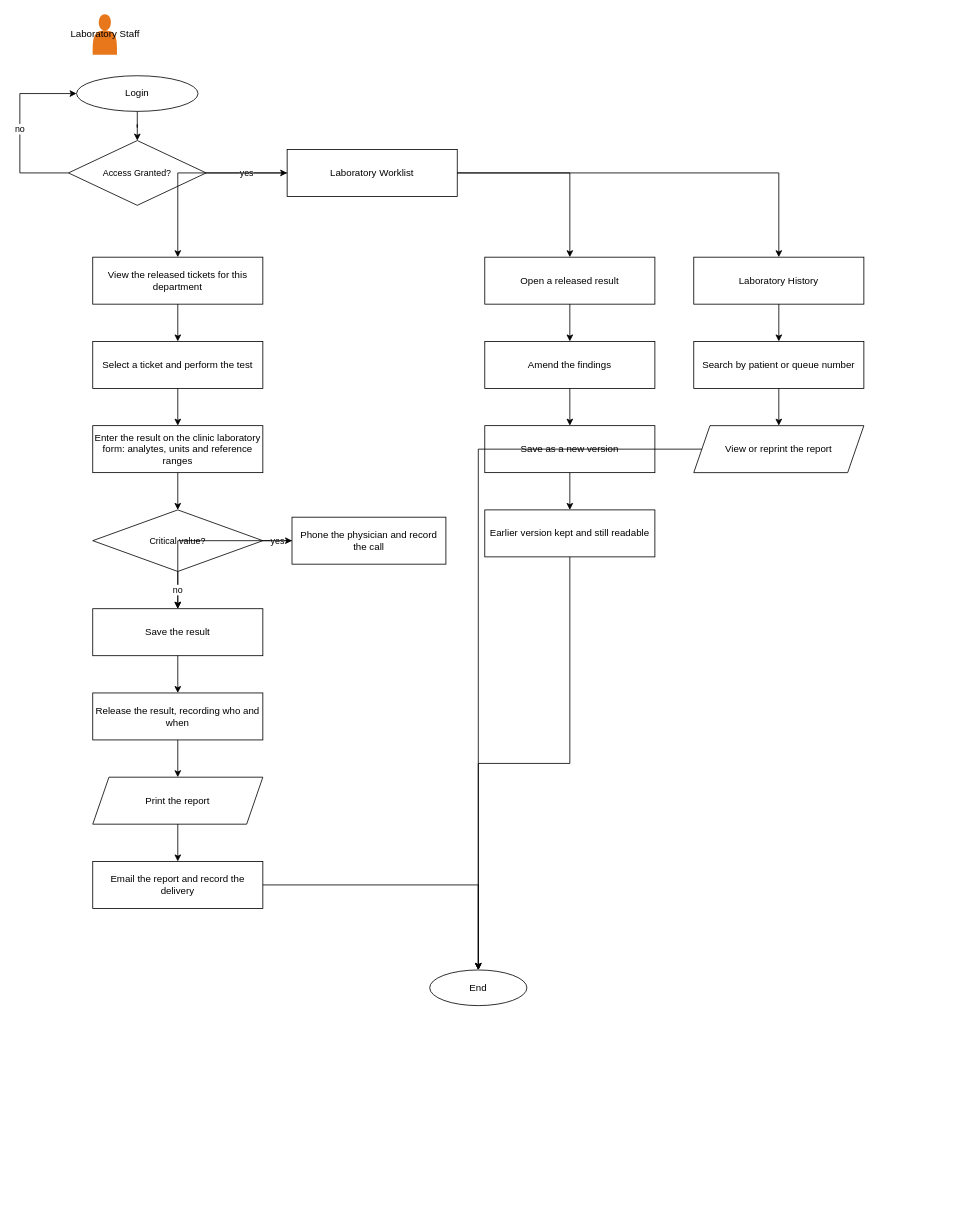
This is page "Laboratory" (5 of 8) of docs/diagrams/flowcharts.drawio from steven23lz/Enlogada-Clinic-Management-System, a draw.io file, before an edit. Source tidied: cells renumbered, new cells numbered last; positions are measured from the earlier drawing's top-left corner, leaving out a move shared by most shapes. Both pictures are drawn from the tidied source at 81%, with x=0, y=0 at pixel (19, 14).
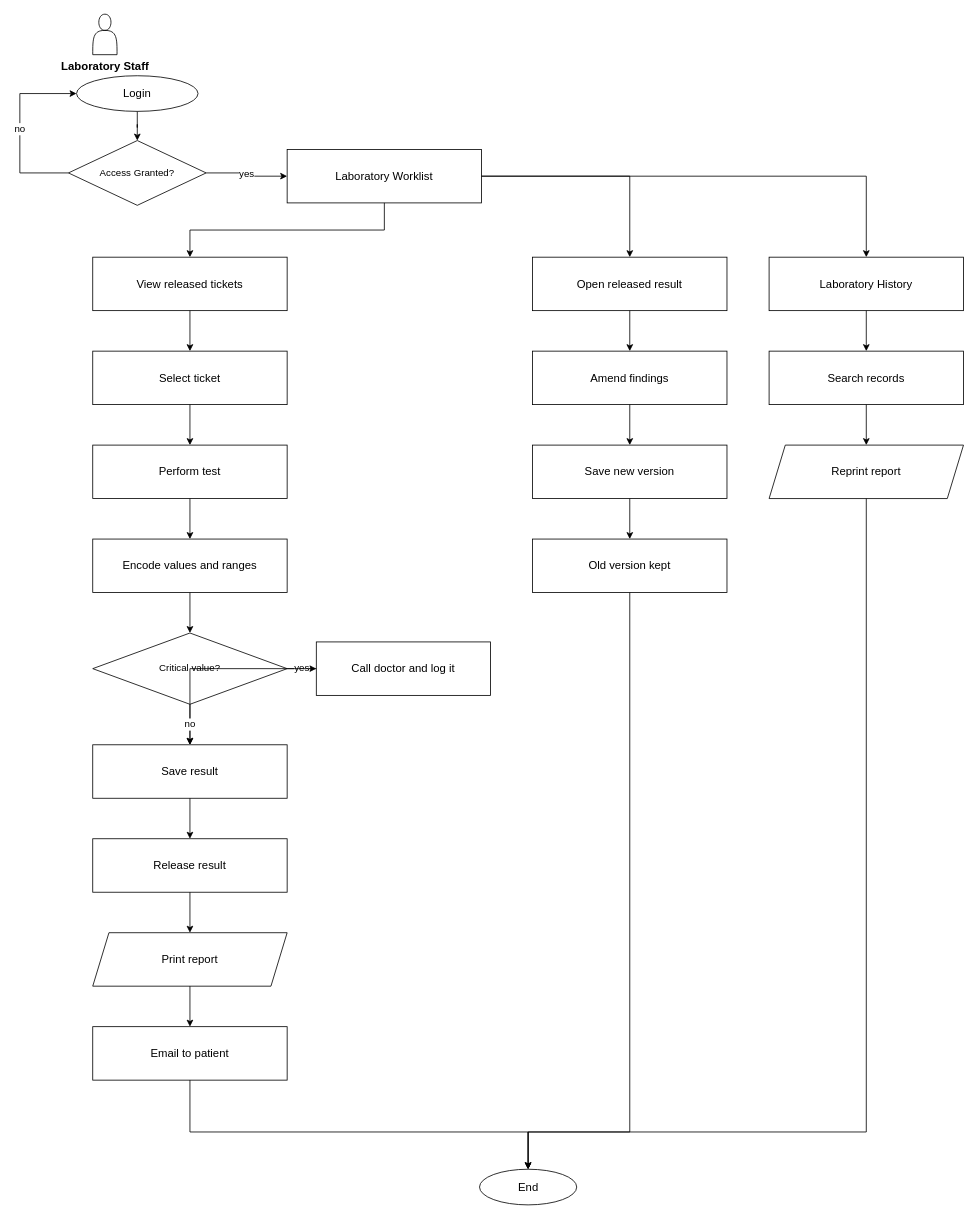
Above is the later version.

The edit, as a diff of the source:
```diff
@@
-    <mxCell id="2" value="Laboratory Staff" style="shape=actor;fillColor=#E8761A;strokeColor=none;html=1;" parent="1" vertex="1">
+    <mxCell id="2" value="Laboratory Staff" style="shape=actor;fillColor=none;strokeColor=#000000;html=1;verticalLabelPosition=bottom;verticalAlign=top;fontFamily=Helvetica;fontSize=14;fontColor=#000000;fontStyle=1;" parent="1" vertex="1">
       <mxGeometry x="90" width="30" height="50" as="geometry" />
     </mxCell>
-    <mxCell id="3" value="Login" style="ellipse;whiteSpace=wrap;html=1;fontFamily=Helvetica;fontSize=12;" parent="1" vertex="1">
+    <mxCell id="3" value="Login" style="ellipse;whiteSpace=wrap;html=1;fontFamily=Helvetica;fontSize=14;fontColor=#000000;strokeColor=#000000;" parent="1" vertex="1">
       <mxGeometry x="70" y="76" width="150" height="44" as="geometry" />
     </mxCell>
-    <mxCell id="4" value="Access Granted?" style="rhombus;whiteSpace=wrap;html=1;fontFamily=Helvetica;fontSize=11;" parent="1" vertex="1">
+    <mxCell id="4" value="Access Granted?" style="rhombus;whiteSpace=wrap;html=1;fontFamily=Helvetica;fontSize=12;fontColor=#000000;strokeColor=#000000;" parent="1" vertex="1">
       <mxGeometry x="60" y="156" width="170" height="80" as="geometry" />
     </mxCell>
-    <mxCell id="5" value="Laboratory Worklist" style="rounded=0;whiteSpace=wrap;html=1;fontFamily=Helvetica;fontSize=12;" parent="1" vertex="1">
-      <mxGeometry x="330" y="167" width="210" height="58" as="geometry" />
+    <mxCell id="5" value="Laboratory Worklist" style="rounded=0;whiteSpace=wrap;html=1;fontFamily=Helvetica;fontSize=14;fontColor=#000000;strokeColor=#000000;" parent="1" vertex="1">
+      <mxGeometry x="330" y="167" width="240" height="66" as="geometry" />
     </mxCell>
-    <mxCell id="6" style="edgeStyle=orthogonalEdgeStyle;rounded=0;html=1;jettySize=auto;fontFamily=Helvetica;fontSize=11;" parent="1" edge="1" source="3" target="4">
+    <mxCell id="6" style="edgeStyle=orthogonalEdgeStyle;rounded=0;html=1;jettySize=auto;fontFamily=Helvetica;fontSize=12;fontColor=#000000;strokeColor=#000000;" parent="1" edge="1" source="3" target="4">
       <mxGeometry relative="1" as="geometry" />
     </mxCell>
-    <mxCell id="7" value="yes" style="edgeStyle=orthogonalEdgeStyle;rounded=0;html=1;jettySize=auto;fontFamily=Helvetica;fontSize=11;" parent="1" edge="1" source="4" target="5">
+    <mxCell id="7" value="yes" style="edgeStyle=orthogonalEdgeStyle;rounded=0;html=1;jettySize=auto;fontFamily=Helvetica;fontSize=12;fontColor=#000000;strokeColor=#000000;" parent="1" edge="1" source="4" target="5">
       <mxGeometry relative="1" as="geometry" />
     </mxCell>
-    <mxCell id="8" value="no" style="edgeStyle=orthogonalEdgeStyle;rounded=0;html=1;jettySize=auto;fontFamily=Helvetica;fontSize=11;" parent="1" edge="1" source="4" target="3">
+    <mxCell id="8" value="no" style="edgeStyle=orthogonalEdgeStyle;rounded=0;html=1;jettySize=auto;fontFamily=Helvetica;fontSize=12;fontColor=#000000;strokeColor=#000000;" parent="1" edge="1" source="4" target="3">
       <mxGeometry relative="1" as="geometry">
         <Array as="points">
           <mxPoint y="196" />
           <mxPoint y="98" />
         </Array>
       </mxGeometry>
     </mxCell>
-    <mxCell id="9" value="View the released tickets for this department" style="rounded=0;whiteSpace=wrap;html=1;fontFamily=Helvetica;fontSize=12;" parent="1" vertex="1">
-      <mxGeometry x="90" y="300" width="210" height="58" as="geometry" />
+    <mxCell id="9" value="View released tickets" style="rounded=0;whiteSpace=wrap;html=1;fontFamily=Helvetica;fontSize=14;fontColor=#000000;strokeColor=#000000;" parent="1" vertex="1">
+      <mxGeometry x="90" y="300" width="240" height="66" as="geometry" />
     </mxCell>
-    <mxCell id="10" value="Select a ticket and perform the test" style="rounded=0;whiteSpace=wrap;html=1;fontFamily=Helvetica;fontSize=12;" parent="1" vertex="1">
-      <mxGeometry x="90" y="404" width="210" height="58" as="geometry" />
+    <mxCell id="10" value="Select ticket" style="rounded=0;whiteSpace=wrap;html=1;fontFamily=Helvetica;fontSize=14;fontColor=#000000;strokeColor=#000000;" parent="1" vertex="1">
+      <mxGeometry x="90" y="416" width="240" height="66" as="geometry" />
     </mxCell>
-    <mxCell id="11" value="Enter the result on the clinic laboratory form: analytes, units and reference ranges" style="rounded=0;whiteSpace=wrap;html=1;fontFamily=Helvetica;fontSize=12;" parent="1" vertex="1">
-      <mxGeometry x="90" y="508" width="210" height="58" as="geometry" />
+    <mxCell id="11" value="Perform test" style="rounded=0;whiteSpace=wrap;html=1;fontFamily=Helvetica;fontSize=14;fontColor=#000000;strokeColor=#000000;" parent="1" vertex="1">
+      <mxGeometry x="90" y="532" width="240" height="66" as="geometry" />
     </mxCell>
-    <mxCell id="12" value="Critical value?" style="rhombus;whiteSpace=wrap;html=1;fontFamily=Helvetica;fontSize=11;" parent="1" vertex="1">
-      <mxGeometry x="90" y="612" width="210" height="76" as="geometry" />
+    <mxCell id="12" value="Encode values and ranges" style="rounded=0;whiteSpace=wrap;html=1;fontFamily=Helvetica;fontSize=14;fontColor=#000000;strokeColor=#000000;" parent="1" vertex="1">
+      <mxGeometry x="90" y="648" width="240" height="66" as="geometry" />
     </mxCell>
-    <mxCell id="13" value="Save the result" style="rounded=0;whiteSpace=wrap;html=1;fontFamily=Helvetica;fontSize=12;" parent="1" vertex="1">
-      <mxGeometry x="90" y="734" width="210" height="58" as="geometry" />
+    <mxCell id="13" value="Critical value?" style="rhombus;whiteSpace=wrap;html=1;fontFamily=Helvetica;fontSize=12;fontColor=#000000;strokeColor=#000000;" parent="1" vertex="1">
+      <mxGeometry x="90" y="764" width="240" height="88" as="geometry" />
     </mxCell>
-    <mxCell id="14" value="Release the result, recording who and when" style="rounded=0;whiteSpace=wrap;html=1;fontFamily=Helvetica;fontSize=12;" parent="1" vertex="1">
-      <mxGeometry x="90" y="838" width="210" height="58" as="geometry" />
+    <mxCell id="14" value="Save result" style="rounded=0;whiteSpace=wrap;html=1;fontFamily=Helvetica;fontSize=14;fontColor=#000000;strokeColor=#000000;" parent="1" vertex="1">
+      <mxGeometry x="90" y="902" width="240" height="66" as="geometry" />
     </mxCell>
-    <mxCell id="15" value="Print the report" style="shape=parallelogram;perimeter=parallelogramPerimeter;whiteSpace=wrap;html=1;fixedSize=1;fontFamily=Helvetica;fontSize=12;" parent="1" vertex="1">
-      <mxGeometry x="90" y="942" width="210" height="58" as="geometry" />
+    <mxCell id="15" value="Release result" style="rounded=0;whiteSpace=wrap;html=1;fontFamily=Helvetica;fontSize=14;fontColor=#000000;strokeColor=#000000;" parent="1" vertex="1">
+      <mxGeometry x="90" y="1018" width="240" height="66" as="geometry" />
     </mxCell>
-    <mxCell id="16" value="Email the report and record the delivery" style="rounded=0;whiteSpace=wrap;html=1;fontFamily=Helvetica;fontSize=12;" parent="1" vertex="1">
-      <mxGeometry x="90" y="1046" width="210" height="58" as="geometry" />
+    <mxCell id="16" value="Print report" style="shape=parallelogram;perimeter=parallelogramPerimeter;whiteSpace=wrap;html=1;fixedSize=1;fontFamily=Helvetica;fontSize=14;fontColor=#000000;strokeColor=#000000;" parent="1" vertex="1">
+      <mxGeometry x="90" y="1134" width="240" height="66" as="geometry" />
     </mxCell>
-    <mxCell id="17" style="edgeStyle=orthogonalEdgeStyle;rounded=0;html=1;jettySize=auto;fontFamily=Helvetica;fontSize=11;" parent="1" edge="1" source="5" target="9">
-      <mxGeometry relative="1" as="geometry" />
-    </mxCell>
+    <mxCell id="46" value="Email to patient" style="rounded=0;whiteSpace=wrap;html=1;fontFamily=Helvetica;fontSize=14;fontColor=#000000;strokeColor=#000000;" parent="1" vertex="1">
+      <mxGeometry x="90" y="1250" width="240" height="66" as="geometry" />
+    </mxCell>
-    <mxCell id="18" style="edgeStyle=orthogonalEdgeStyle;rounded=0;html=1;jettySize=auto;fontFamily=Helvetica;fontSize=11;" parent="1" edge="1" source="9" target="10">
+    <mxCell id="18" style="edgeStyle=orthogonalEdgeStyle;rounded=0;html=1;jettySize=auto;fontFamily=Helvetica;fontSize=12;fontColor=#000000;strokeColor=#000000;" parent="1" edge="1" source="5" target="9">
       <mxGeometry relative="1" as="geometry" />
     </mxCell>
-    <mxCell id="19" style="edgeStyle=orthogonalEdgeStyle;rounded=0;html=1;jettySize=auto;fontFamily=Helvetica;fontSize=11;" parent="1" edge="1" source="10" target="11">
+    <mxCell id="19" style="edgeStyle=orthogonalEdgeStyle;rounded=0;html=1;jettySize=auto;fontFamily=Helvetica;fontSize=12;fontColor=#000000;strokeColor=#000000;" parent="1" edge="1" source="9" target="10">
       <mxGeometry relative="1" as="geometry" />
     </mxCell>
-    <mxCell id="20" style="edgeStyle=orthogonalEdgeStyle;rounded=0;html=1;jettySize=auto;fontFamily=Helvetica;fontSize=11;" parent="1" edge="1" source="11" target="12">
+    <mxCell id="20" style="edgeStyle=orthogonalEdgeStyle;rounded=0;html=1;jettySize=auto;fontFamily=Helvetica;fontSize=12;fontColor=#000000;strokeColor=#000000;" parent="1" edge="1" source="10" target="11">
       <mxGeometry relative="1" as="geometry" />
     </mxCell>
-    <mxCell id="21" value="Phone the physician and record the call" style="rounded=0;whiteSpace=wrap;html=1;fontFamily=Helvetica;fontSize=12;" parent="1" vertex="1">
-      <mxGeometry x="336" y="621" width="190" height="58" as="geometry" />
-    </mxCell>
+    <mxCell id="47" style="edgeStyle=orthogonalEdgeStyle;rounded=0;html=1;jettySize=auto;fontFamily=Helvetica;fontSize=12;fontColor=#000000;strokeColor=#000000;" parent="1" edge="1" source="11" target="12">
+      <mxGeometry relative="1" as="geometry" />
+    </mxCell>
-    <mxCell id="22" value="yes" style="edgeStyle=orthogonalEdgeStyle;rounded=0;html=1;jettySize=auto;fontFamily=Helvetica;fontSize=11;" parent="1" edge="1" source="12" target="21">
+    <mxCell id="22" style="edgeStyle=orthogonalEdgeStyle;rounded=0;html=1;jettySize=auto;fontFamily=Helvetica;fontSize=12;fontColor=#000000;strokeColor=#000000;" parent="1" edge="1" source="12" target="13">
       <mxGeometry relative="1" as="geometry" />
     </mxCell>
-    <mxCell id="23" style="edgeStyle=orthogonalEdgeStyle;rounded=0;html=1;jettySize=auto;fontFamily=Helvetica;fontSize=11;" parent="1" edge="1" source="21" target="13">
-      <mxGeometry relative="1" as="geometry" />
-    </mxCell>
+    <mxCell id="48" value="Call doctor and log it" style="rounded=0;whiteSpace=wrap;html=1;fontFamily=Helvetica;fontSize=14;fontColor=#000000;strokeColor=#000000;" parent="1" vertex="1">
+      <mxGeometry x="366" y="775" width="215" height="66" as="geometry" />
+    </mxCell>
-    <mxCell id="24" value="no" style="edgeStyle=orthogonalEdgeStyle;rounded=0;html=1;jettySize=auto;fontFamily=Helvetica;fontSize=11;" parent="1" edge="1" source="12" target="13">
+    <mxCell id="24" value="yes" style="edgeStyle=orthogonalEdgeStyle;rounded=0;html=1;jettySize=auto;fontFamily=Helvetica;fontSize=12;fontColor=#000000;strokeColor=#000000;" parent="1" edge="1" source="13" target="48">
       <mxGeometry relative="1" as="geometry" />
     </mxCell>
-    <mxCell id="25" style="edgeStyle=orthogonalEdgeStyle;rounded=0;html=1;jettySize=auto;fontFamily=Helvetica;fontSize=11;" parent="1" edge="1" source="13" target="14">
+    <mxCell id="25" style="edgeStyle=orthogonalEdgeStyle;rounded=0;html=1;jettySize=auto;fontFamily=Helvetica;fontSize=12;fontColor=#000000;strokeColor=#000000;" parent="1" edge="1" source="48" target="14">
       <mxGeometry relative="1" as="geometry" />
     </mxCell>
-    <mxCell id="26" style="edgeStyle=orthogonalEdgeStyle;rounded=0;html=1;jettySize=auto;fontFamily=Helvetica;fontSize=11;" parent="1" edge="1" source="14" target="15">
+    <mxCell id="26" value="no" style="edgeStyle=orthogonalEdgeStyle;rounded=0;html=1;jettySize=auto;fontFamily=Helvetica;fontSize=12;fontColor=#000000;strokeColor=#000000;" parent="1" edge="1" source="13" target="14">
       <mxGeometry relative="1" as="geometry" />
     </mxCell>
-    <mxCell id="27" style="edgeStyle=orthogonalEdgeStyle;rounded=0;html=1;jettySize=auto;fontFamily=Helvetica;fontSize=11;" parent="1" edge="1" source="15" target="16">
+    <mxCell id="27" style="edgeStyle=orthogonalEdgeStyle;rounded=0;html=1;jettySize=auto;fontFamily=Helvetica;fontSize=12;fontColor=#000000;strokeColor=#000000;" parent="1" edge="1" source="14" target="15">
       <mxGeometry relative="1" as="geometry" />
     </mxCell>
-    <mxCell id="28" value="Open a released result" style="rounded=0;whiteSpace=wrap;html=1;fontFamily=Helvetica;fontSize=12;" parent="1" vertex="1">
-      <mxGeometry x="574" y="300" width="210" height="58" as="geometry" />
-    </mxCell>
-    <mxCell id="29" value="Amend the findings" style="rounded=0;whiteSpace=wrap;html=1;fontFamily=Helvetica;fontSize=12;" parent="1" vertex="1">
-      <mxGeometry x="574" y="404" width="210" height="58" as="geometry" />
-    </mxCell>
+    <mxCell id="49" style="edgeStyle=orthogonalEdgeStyle;rounded=0;html=1;jettySize=auto;fontFamily=Helvetica;fontSize=12;fontColor=#000000;strokeColor=#000000;" parent="1" edge="1" source="15" target="16">
+      <mxGeometry relative="1" as="geometry" />
+    </mxCell>
+    <mxCell id="50" style="edgeStyle=orthogonalEdgeStyle;rounded=0;html=1;jettySize=auto;fontFamily=Helvetica;fontSize=12;fontColor=#000000;strokeColor=#000000;" parent="1" edge="1" source="16" target="46">
+      <mxGeometry relative="1" as="geometry" />
+    </mxCell>
-    <mxCell id="30" value="Save as a new version" style="rounded=0;whiteSpace=wrap;html=1;fontFamily=Helvetica;fontSize=12;" parent="1" vertex="1">
-      <mxGeometry x="574" y="508" width="210" height="58" as="geometry" />
+    <mxCell id="30" value="Open released result" style="rounded=0;whiteSpace=wrap;html=1;fontFamily=Helvetica;fontSize=14;fontColor=#000000;strokeColor=#000000;" parent="1" vertex="1">
+      <mxGeometry x="633" y="300" width="240" height="66" as="geometry" />
     </mxCell>
-    <mxCell id="31" value="Earlier version kept and still readable" style="rounded=0;whiteSpace=wrap;html=1;fontFamily=Helvetica;fontSize=12;" parent="1" vertex="1">
-      <mxGeometry x="574" y="612" width="210" height="58" as="geometry" />
+    <mxCell id="31" value="Amend findings" style="rounded=0;whiteSpace=wrap;html=1;fontFamily=Helvetica;fontSize=14;fontColor=#000000;strokeColor=#000000;" parent="1" vertex="1">
+      <mxGeometry x="633" y="416" width="240" height="66" as="geometry" />
     </mxCell>
-    <mxCell id="32" style="edgeStyle=orthogonalEdgeStyle;rounded=0;html=1;jettySize=auto;fontFamily=Helvetica;fontSize=11;" parent="1" edge="1" source="5" target="28">
-      <mxGeometry relative="1" as="geometry" />
-    </mxCell>
-    <mxCell id="33" style="edgeStyle=orthogonalEdgeStyle;rounded=0;html=1;jettySize=auto;fontFamily=Helvetica;fontSize=11;" parent="1" edge="1" source="28" target="29">
-      <mxGeometry relative="1" as="geometry" />
-    </mxCell>
+    <mxCell id="51" value="Save new version" style="rounded=0;whiteSpace=wrap;html=1;fontFamily=Helvetica;fontSize=14;fontColor=#000000;strokeColor=#000000;" parent="1" vertex="1">
+      <mxGeometry x="633" y="532" width="240" height="66" as="geometry" />
+    </mxCell>
+    <mxCell id="52" value="Old version kept" style="rounded=0;whiteSpace=wrap;html=1;fontFamily=Helvetica;fontSize=14;fontColor=#000000;strokeColor=#000000;" parent="1" vertex="1">
+      <mxGeometry x="633" y="648" width="240" height="66" as="geometry" />
+    </mxCell>
-    <mxCell id="34" style="edgeStyle=orthogonalEdgeStyle;rounded=0;html=1;jettySize=auto;fontFamily=Helvetica;fontSize=11;" parent="1" edge="1" source="29" target="30">
+    <mxCell id="34" style="edgeStyle=orthogonalEdgeStyle;rounded=0;html=1;jettySize=auto;fontFamily=Helvetica;fontSize=12;fontColor=#000000;strokeColor=#000000;" parent="1" edge="1" source="5" target="30">
       <mxGeometry relative="1" as="geometry" />
     </mxCell>
-    <mxCell id="35" style="edgeStyle=orthogonalEdgeStyle;rounded=0;html=1;jettySize=auto;fontFamily=Helvetica;fontSize=11;" parent="1" edge="1" source="30" target="31">
+    <mxCell id="35" style="edgeStyle=orthogonalEdgeStyle;rounded=0;html=1;jettySize=auto;fontFamily=Helvetica;fontSize=12;fontColor=#000000;strokeColor=#000000;" parent="1" edge="1" source="30" target="31">
       <mxGeometry relative="1" as="geometry" />
     </mxCell>
-    <mxCell id="36" value="Laboratory History" style="rounded=0;whiteSpace=wrap;html=1;fontFamily=Helvetica;fontSize=12;" parent="1" vertex="1">
-      <mxGeometry x="832" y="300" width="210" height="58" as="geometry" />
-    </mxCell>
-    <mxCell id="37" value="Search by patient or queue number" style="rounded=0;whiteSpace=wrap;html=1;fontFamily=Helvetica;fontSize=12;" parent="1" vertex="1">
-      <mxGeometry x="832" y="404" width="210" height="58" as="geometry" />
-    </mxCell>
+    <mxCell id="53" style="edgeStyle=orthogonalEdgeStyle;rounded=0;html=1;jettySize=auto;fontFamily=Helvetica;fontSize=12;fontColor=#000000;strokeColor=#000000;" parent="1" edge="1" source="31" target="51">
+      <mxGeometry relative="1" as="geometry" />
+    </mxCell>
+    <mxCell id="54" style="edgeStyle=orthogonalEdgeStyle;rounded=0;html=1;jettySize=auto;fontFamily=Helvetica;fontSize=12;fontColor=#000000;strokeColor=#000000;" parent="1" edge="1" source="51" target="52">
+      <mxGeometry relative="1" as="geometry" />
+    </mxCell>
-    <mxCell id="38" value="View or reprint the report" style="shape=parallelogram;perimeter=parallelogramPerimeter;whiteSpace=wrap;html=1;fixedSize=1;fontFamily=Helvetica;fontSize=12;" parent="1" vertex="1">
-      <mxGeometry x="832" y="508" width="210" height="58" as="geometry" />
+    <mxCell id="38" value="Laboratory History" style="rounded=0;whiteSpace=wrap;html=1;fontFamily=Helvetica;fontSize=14;fontColor=#000000;strokeColor=#000000;" parent="1" vertex="1">
+      <mxGeometry x="925" y="300" width="240" height="66" as="geometry" />
     </mxCell>
-    <mxCell id="39" style="edgeStyle=orthogonalEdgeStyle;rounded=0;html=1;jettySize=auto;fontFamily=Helvetica;fontSize=11;" parent="1" edge="1" source="5" target="36">
-      <mxGeometry relative="1" as="geometry" />
-    </mxCell>
-    <mxCell id="40" style="edgeStyle=orthogonalEdgeStyle;rounded=0;html=1;jettySize=auto;fontFamily=Helvetica;fontSize=11;" parent="1" edge="1" source="36" target="37">
-      <mxGeometry relative="1" as="geometry" />
-    </mxCell>
+    <mxCell id="55" value="Search records" style="rounded=0;whiteSpace=wrap;html=1;fontFamily=Helvetica;fontSize=14;fontColor=#000000;strokeColor=#000000;" parent="1" vertex="1">
+      <mxGeometry x="925" y="416" width="240" height="66" as="geometry" />
+    </mxCell>
+    <mxCell id="56" value="Reprint report" style="shape=parallelogram;perimeter=parallelogramPerimeter;whiteSpace=wrap;html=1;fixedSize=1;fontFamily=Helvetica;fontSize=14;fontColor=#000000;strokeColor=#000000;" parent="1" vertex="1">
+      <mxGeometry x="925" y="532" width="240" height="66" as="geometry" />
+    </mxCell>
-    <mxCell id="41" style="edgeStyle=orthogonalEdgeStyle;rounded=0;html=1;jettySize=auto;fontFamily=Helvetica;fontSize=11;" parent="1" edge="1" source="37" target="38">
+    <mxCell id="41" style="edgeStyle=orthogonalEdgeStyle;rounded=0;html=1;jettySize=auto;fontFamily=Helvetica;fontSize=12;fontColor=#000000;strokeColor=#000000;" parent="1" edge="1" source="5" target="38">
       <mxGeometry relative="1" as="geometry" />
     </mxCell>
+    <mxCell id="57" style="edgeStyle=orthogonalEdgeStyle;rounded=0;html=1;jettySize=auto;fontFamily=Helvetica;fontSize=12;fontColor=#000000;strokeColor=#000000;" parent="1" edge="1" source="38" target="55">
+      <mxGeometry relative="1" as="geometry" />
+    </mxCell>
+    <mxCell id="43" style="edgeStyle=orthogonalEdgeStyle;rounded=0;html=1;jettySize=auto;fontFamily=Helvetica;fontSize=12;fontColor=#000000;strokeColor=#000000;" parent="1" edge="1" source="55" target="56">
+      <mxGeometry relative="1" as="geometry" />
+    </mxCell>
-    <mxCell id="42" value="End" style="ellipse;whiteSpace=wrap;html=1;fontFamily=Helvetica;fontSize=12;" parent="1" vertex="1">
-      <mxGeometry x="506" y="1180" width="120" height="44" as="geometry" />
+    <mxCell id="42" value="End" style="ellipse;whiteSpace=wrap;html=1;fontFamily=Helvetica;fontSize=14;fontColor=#000000;strokeColor=#000000;" parent="1" vertex="1">
+      <mxGeometry x="567.5" y="1426" width="120" height="44" as="geometry" />
     </mxCell>
-    <mxCell id="43" style="edgeStyle=orthogonalEdgeStyle;rounded=0;html=1;jettySize=auto;fontFamily=Helvetica;fontSize=11;" parent="1" edge="1" source="16" target="42">
-      <mxGeometry relative="1" as="geometry" />
-    </mxCell>
-    <mxCell id="44" style="edgeStyle=orthogonalEdgeStyle;rounded=0;html=1;jettySize=auto;fontFamily=Helvetica;fontSize=11;" parent="1" edge="1" source="31" target="42">
-      <mxGeometry relative="1" as="geometry" />
-    </mxCell>
-    <mxCell id="45" style="edgeStyle=orthogonalEdgeStyle;rounded=0;html=1;jettySize=auto;fontFamily=Helvetica;fontSize=11;" parent="1" edge="1" source="38" target="42">
-      <mxGeometry relative="1" as="geometry" />
+    <mxCell id="45" style="edgeStyle=orthogonalEdgeStyle;rounded=0;html=1;jettySize=auto;fontFamily=Helvetica;fontSize=12;fontColor=#000000;strokeColor=#000000;exitX=0.5;exitY=1;exitDx=0;exitDy=0;" parent="1" edge="1" source="46" target="42">
+      <mxGeometry relative="1" as="geometry">
+        <Array as="points">
+          <mxPoint x="210" y="1380" />
+        </Array>
+      </mxGeometry>
     </mxCell>
+    <mxCell id="58" style="edgeStyle=orthogonalEdgeStyle;rounded=0;html=1;jettySize=auto;fontFamily=Helvetica;fontSize=12;fontColor=#000000;strokeColor=#000000;exitX=0.5;exitY=1;exitDx=0;exitDy=0;" parent="1" edge="1" source="52" target="42">
+      <mxGeometry relative="1" as="geometry">
+        <Array as="points">
+          <mxPoint x="753" y="1380" />
+        </Array>
+      </mxGeometry>
+    </mxCell>
+    <mxCell id="59" style="edgeStyle=orthogonalEdgeStyle;rounded=0;html=1;jettySize=auto;fontFamily=Helvetica;fontSize=12;fontColor=#000000;strokeColor=#000000;exitX=0.5;exitY=1;exitDx=0;exitDy=0;" parent="1" edge="1" source="56" target="42">
+      <mxGeometry relative="1" as="geometry">
+        <Array as="points">
+          <mxPoint x="1045" y="1380" />
+        </Array>
+      </mxGeometry>
+    </mxCell>
```
